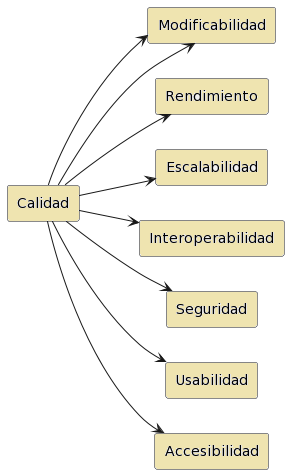
The PlantUML diagram docs/images/DiagramaCalidad.png in uo270149/dede_es3a, before a commit. Its diagram source:
```plantuml
@startuml
left to right direction

rectangle Calidad

rectangle "Mantenibilidad" as M
rectangle "Rendimiento" as R
rectangle "Escalabilidad" as E
rectangle "Interoperabilidad" as I
rectangle "Seguridad" as S
rectangle "Usabilidad" as U
rectangle "Accesibilidad" as A
rectangle "Modificabilidad" as M

Calidad --> M
Calidad --> R
Calidad --> E
Calidad --> I
Calidad --> S
Calidad --> U
Calidad --> A
Calidad --> M
@enduml
```
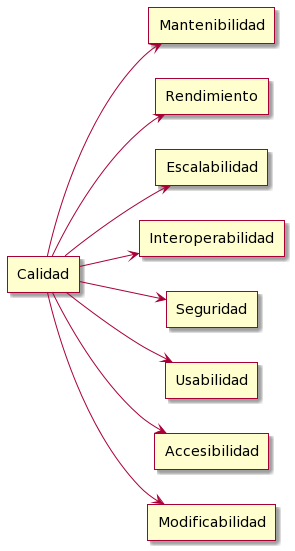
The same file after the commit.

Commit message:
Modificado estilo Diagrama de Calidad, envío y descirpción del sistema

Diff of the diagram source:
```diff
@@ -1,5 +1,7 @@
 @startuml
 left to right direction
+
+skin rose
 
 rectangle Calidad
 
@@ -10,7 +12,7 @@
 rectangle "Seguridad" as S
 rectangle "Usabilidad" as U
 rectangle "Accesibilidad" as A
-rectangle "Modificabilidad" as M
+rectangle "Modificabilidad" as Mo
 
 Calidad --> M
 Calidad --> R
@@ -19,5 +21,5 @@
 Calidad --> S
 Calidad --> U
 Calidad --> A
-Calidad --> M
+Calidad --> Mo
 @enduml
```
